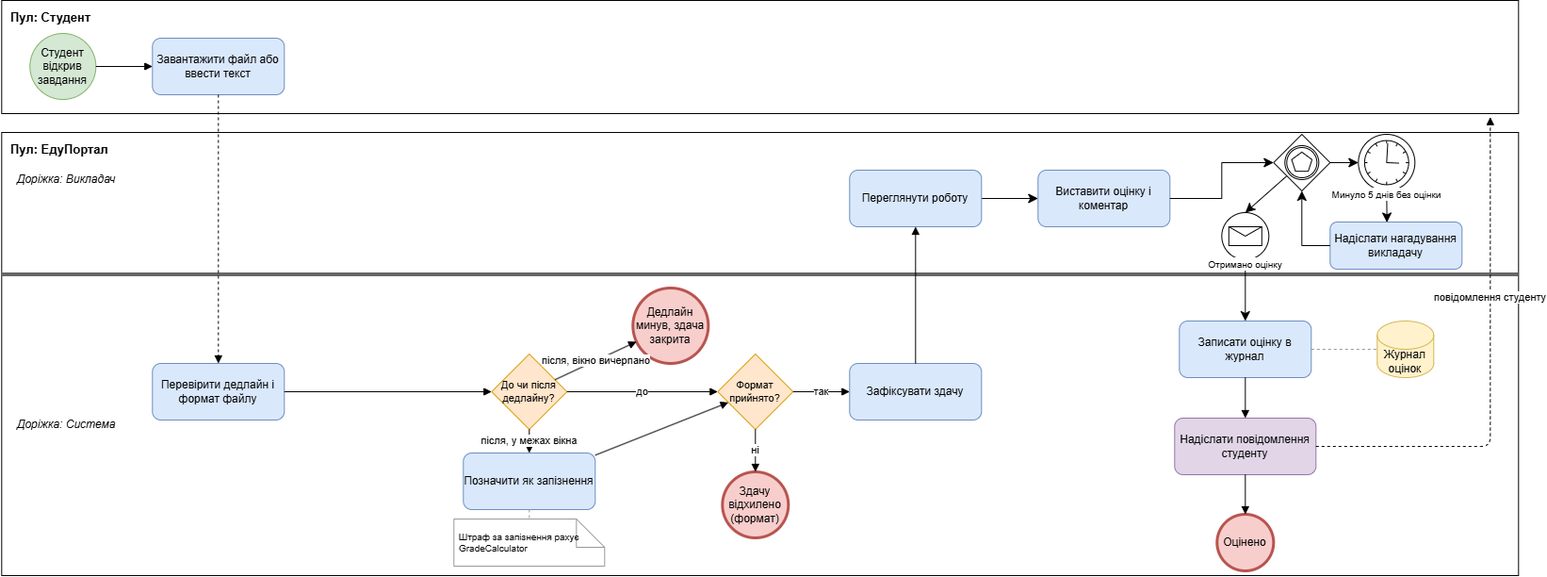
Above: docs/sprint1/bpmn/02_assignment.png in GlitchBelyi/labsTZYPS (draw.io), before the change. Source tidied: cells renumbered, new cells last; positions are measured from the earlier drawing's top-left corner, leaving out a move shared by most shapes.
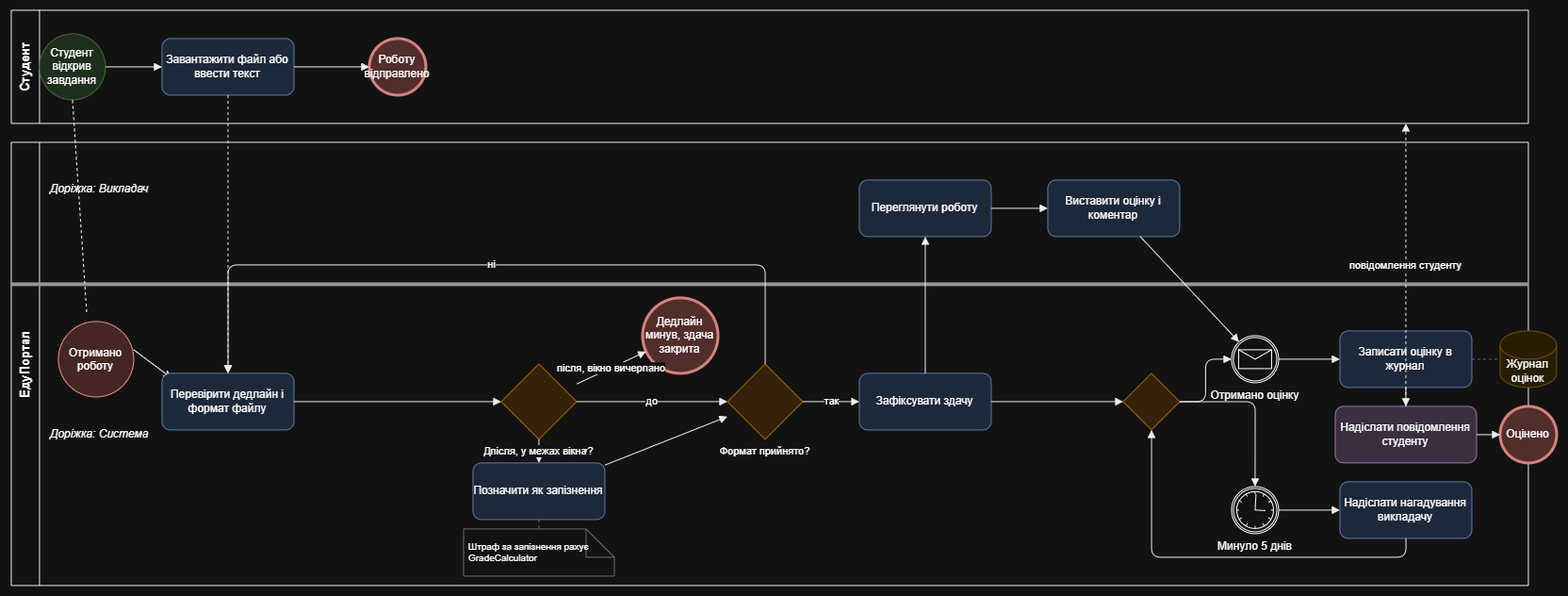
The same diagram one commit later.

What changed in the source:
```diff
@@ -2,65 +2,86 @@
   <root>
     <mxCell id="0" />
     <mxCell id="1" parent="0" />
-    <mxCell id="2" value="Пул: Студент" style="rounded=0;whiteSpace=wrap;html=1;fillColor=none;strokeColor=#000000;verticalAlign=top;align=left;fontStyle=1;fontSize=13;spacingLeft=8;spacingTop=4;" parent="1" vertex="1">
+    <mxCell id="2" value="Студент" style="swimlane;html=1;horizontal=0;whiteSpace=wrap;startSize=30;fillColor=none;strokeColor=#000000;fontStyle=1;fontSize=13;" parent="1" vertex="1">
       <mxGeometry width="1610" height="120" as="geometry" />
     </mxCell>
-    <mxCell id="3" value="Пул: ЕдуПортал" style="rounded=0;whiteSpace=wrap;html=1;fillColor=none;strokeColor=#000000;verticalAlign=top;align=left;fontStyle=1;fontSize=13;spacingLeft=8;spacingTop=4;" parent="1" vertex="1">
+    <mxCell id="3" value="ЕдуПортал" style="swimlane;html=1;horizontal=0;whiteSpace=wrap;startSize=30;fillColor=none;strokeColor=#000000;fontStyle=1;fontSize=13;" parent="1" vertex="1">
       <mxGeometry y="140" width="1610" height="470" as="geometry" />
     </mxCell>
+    <mxCell id="50" value="Отримано роботу" style="ellipse;whiteSpace=wrap;html=1;shapeInside=1;fillColor=#fad9d5;strokeColor=#ae4132;" parent="3" vertex="1">
+      <mxGeometry x="50" y="190" width="80" height="80" as="geometry" />
+    </mxCell>
+    <mxCell id="51" style="endArrow=classic;html=1;rounded=0;" parent="3" edge="1">
+      <mxGeometry relative="1" as="geometry">
+        <mxPoint x="130" y="220" as="sourcePoint" />
+        <mxPoint x="170" y="250" as="targetPoint" />
+      </mxGeometry>
+    </mxCell>
     <mxCell id="4" style="line;strokeColor=#666666;html=1;" parent="1" vertex="1">
       <mxGeometry y="290" width="1610" height="2" as="geometry" />
     </mxCell>
     <mxCell id="5" value="Доріжка: Викладач" style="text;html=1;align=left;verticalAlign=middle;fontStyle=2;fontSize=12;" parent="1" vertex="1">
-      <mxGeometry x="15" y="180" width="220" height="20" as="geometry" />
+      <mxGeometry x="40" y="180" width="220" height="20" as="geometry" />
     </mxCell>
     <mxCell id="6" value="Доріжка: Система" style="text;html=1;align=left;verticalAlign=middle;fontStyle=2;fontSize=12;" parent="1" vertex="1">
-      <mxGeometry x="15" y="440" width="220" height="20" as="geometry" />
+      <mxGeometry x="40" y="440" width="220" height="20" as="geometry" />
     </mxCell>
     <mxCell id="7" value="Студент відкрив завдання" style="ellipse;whiteSpace=wrap;html=1;fillColor=#d5e8d4;strokeColor=#82b366;" parent="1" vertex="1">
-      <mxGeometry x="30" y="35" width="70" height="70" as="geometry" />
+      <mxGeometry x="30" y="25" width="70" height="70" as="geometry" />
     </mxCell>
     <mxCell id="8" value="Завантажити файл або ввести текст" style="rounded=1;whiteSpace=wrap;html=1;fillColor=#dae8fc;strokeColor=#6c8ebf;" parent="1" vertex="1">
-      <mxGeometry x="160" y="40" width="140" height="60" as="geometry" />
+      <mxGeometry x="160" y="30" width="140" height="60" as="geometry" />
     </mxCell>
+    <mxCell id="52" value="Роботу відправлено" style="ellipse;whiteSpace=wrap;html=1;fillColor=#f8cecc;strokeColor=#b85450;strokeWidth=3;" parent="1" vertex="1">
+      <mxGeometry x="380" y="30" width="60" height="60" as="geometry" />
+    </mxCell>
     <mxCell id="9" value="Перевірити дедлайн і формат файлу" style="rounded=1;whiteSpace=wrap;html=1;fillColor=#dae8fc;strokeColor=#6c8ebf;" parent="1" vertex="1">
       <mxGeometry x="160" y="385" width="140" height="60" as="geometry" />
     </mxCell>
-    <mxCell id="10" value="До чи після дедлайну?" style="rhombus;whiteSpace=wrap;html=1;fillColor=#ffe6cc;strokeColor=#d79b00;fontSize=11;" parent="1" vertex="1">
+    <mxCell id="10" value="До чи після дедлайну?" style="shape=mxgraph.bpmn.gateway2;html=1;outlineConnect=0;bpmnGatewayType=exclusive;fillColor=#ffe6cc;strokeColor=#d79b00;fontSize=11;verticalLabelPosition=bottom;verticalAlign=top;align=center;" parent="1" vertex="1">
       <mxGeometry x="520" y="375" width="80" height="80" as="geometry" />
     </mxCell>
     <mxCell id="11" value="Позначити як запізнення" style="rounded=1;whiteSpace=wrap;html=1;fillColor=#dae8fc;strokeColor=#6c8ebf;" parent="1" vertex="1">
       <mxGeometry x="490" y="480" width="140" height="60" as="geometry" />
     </mxCell>
-    <mxCell id="12" value="Формат прийнято?" style="rhombus;whiteSpace=wrap;html=1;fillColor=#ffe6cc;strokeColor=#d79b00;fontSize=11;" parent="1" vertex="1">
+    <mxCell id="12" value="Формат прийнято?" style="shape=mxgraph.bpmn.gateway2;html=1;outlineConnect=0;bpmnGatewayType=exclusive;fillColor=#ffe6cc;strokeColor=#d79b00;fontSize=11;verticalLabelPosition=bottom;verticalAlign=top;align=center;" parent="1" vertex="1">
       <mxGeometry x="760" y="375" width="80" height="80" as="geometry" />
     </mxCell>
-    <mxCell id="13" value="Здачу відхилено (формат)" style="ellipse;whiteSpace=wrap;html=1;fillColor=#f8cecc;strokeColor=#b85450;strokeWidth=3;" parent="1" vertex="1">
-      <mxGeometry x="765" y="500" width="70" height="70" as="geometry" />
-    </mxCell>
     <mxCell id="14" value="Дедлайн минув, здача закрита" style="ellipse;whiteSpace=wrap;html=1;fillColor=#f8cecc;strokeColor=#b85450;strokeWidth=3;" parent="1" vertex="1">
       <mxGeometry x="670" y="305" width="80" height="80" as="geometry" />
     </mxCell>
     <mxCell id="15" value="Зафіксувати здачу" style="rounded=1;whiteSpace=wrap;html=1;fillColor=#dae8fc;strokeColor=#6c8ebf;" parent="1" vertex="1">
       <mxGeometry x="900" y="385" width="140" height="60" as="geometry" />
     </mxCell>
-    <mxCell id="16" style="edgeStyle=none;curved=1;rounded=0;jettySize=auto;html=1;entryX=0;entryY=0.5;entryDx=0;entryDy=0;fontSize=12;startSize=8;endSize=8;" parent="1" edge="1" source="17" target="39">
-      <mxGeometry relative="1" as="geometry" />
-    </mxCell>
     <mxCell id="17" value="Переглянути роботу" style="rounded=1;whiteSpace=wrap;html=1;fillColor=#dae8fc;strokeColor=#6c8ebf;" parent="1" vertex="1">
       <mxGeometry x="900" y="180" width="140" height="60" as="geometry" />
     </mxCell>
+    <mxCell id="39" value="Виставити оцінку і коментар" style="rounded=1;whiteSpace=wrap;html=1;fillColor=#dae8fc;strokeColor=#6c8ebf;" parent="1" vertex="1">
+      <mxGeometry x="1100" y="180" width="140" height="60" as="geometry" />
+    </mxCell>
+    <mxCell id="42" style="shape=mxgraph.bpmn.gateway2;html=1;outlineConnect=0;bpmnGatewayType=eventBased;fillColor=#ffe6cc;strokeColor=#d79b00;" parent="1" vertex="1">
+      <mxGeometry x="1180" y="385" width="60" height="60" as="geometry" />
+    </mxCell>
+    <mxCell id="45" value="Отримано оцінку" style="shape=mxgraph.bpmn.event;html=1;verticalLabelPosition=bottom;labelBackgroundColor=#ffffff;verticalAlign=top;align=center;perimeter=ellipsePerimeter;outlineConnect=0;outline=catching;symbol=message;" parent="1" vertex="1">
+      <mxGeometry x="1295" y="345" width="50" height="50" as="geometry" />
+    </mxCell>
+    <mxCell id="47" value="Минуло 5 днів" style="shape=mxgraph.bpmn.event;html=1;verticalLabelPosition=bottom;labelBackgroundColor=#ffffff;verticalAlign=top;align=center;perimeter=ellipsePerimeter;outlineConnect=0;outline=catching;symbol=timer;labelPosition=center;spacingTop=0;" parent="1" vertex="1">
+      <mxGeometry x="1295" y="505" width="50" height="50" as="geometry" />
+    </mxCell>
+    <mxCell id="48" value="Надіслати нагадування викладачу" style="rounded=1;whiteSpace=wrap;html=1;fillColor=#dae8fc;strokeColor=#6c8ebf;" parent="1" vertex="1">
+      <mxGeometry x="1410" y="500" width="140" height="60" as="geometry" />
+    </mxCell>
     <mxCell id="18" value="Записати оцінку в журнал" style="rounded=1;whiteSpace=wrap;html=1;fillColor=#dae8fc;strokeColor=#6c8ebf;" parent="1" vertex="1">
-      <mxGeometry x="1250" y="340" width="140" height="60" as="geometry" />
+      <mxGeometry x="1410" y="340" width="140" height="60" as="geometry" />
     </mxCell>
     <mxCell id="19" value="Журнал оцінок" style="shape=cylinder3;whiteSpace=wrap;html=1;fillColor=#fff2cc;strokeColor=#d6b656;boundedLbl=1;" parent="1" vertex="1">
-      <mxGeometry x="1460" y="340" width="60" height="60" as="geometry" />
+      <mxGeometry x="1580" y="340" width="60" height="60" as="geometry" />
     </mxCell>
     <mxCell id="20" value="Надіслати повідомлення студенту" style="rounded=1;whiteSpace=wrap;html=1;fillColor=#e1d5e7;strokeColor=#9673a6;" parent="1" vertex="1">
-      <mxGeometry x="1245" y="443" width="150" height="60" as="geometry" />
+      <mxGeometry x="1405" y="420" width="150" height="60" as="geometry" />
     </mxCell>
     <mxCell id="21" value="Оцінено" style="ellipse;whiteSpace=wrap;html=1;fillColor=#f8cecc;strokeColor=#b85450;strokeWidth=3;" parent="1" vertex="1">
-      <mxGeometry x="1290" y="545" width="60" height="60" as="geometry" />
+      <mxGeometry x="1580" y="420" width="60" height="60" as="geometry" />
     </mxCell>
     <mxCell id="22" value="Штраф за запізнення рахує GradeCalculator" style="shape=note;whiteSpace=wrap;html=1;fillColor=#ffffff;strokeColor=#999999;fontSize=10;align=left;spacingLeft=4;" parent="1" vertex="1">
       <mxGeometry x="480" y="550" width="160" height="50" as="geometry" />
@@ -68,6 +89,9 @@
     <mxCell id="23" style="endArrow=block;html=1;strokeColor=#000000;" parent="1" edge="1" source="7" target="8">
       <mxGeometry relative="1" as="geometry" />
     </mxCell>
+    <mxCell id="53" style="endArrow=block;html=1;strokeColor=#000000;" parent="1" edge="1" source="8" target="52">
+      <mxGeometry relative="1" as="geometry" />
+    </mxCell>
     <mxCell id="24" style="endArrow=block;dashed=1;html=1;strokeColor=#000000;" parent="1" edge="1" source="8" target="9">
       <mxGeometry relative="1" as="geometry" />
     </mxCell>
@@ -86,70 +110,72 @@
     <mxCell id="29" style="endArrow=block;html=1;strokeColor=#000000;" parent="1" edge="1" source="11" target="12">
       <mxGeometry relative="1" as="geometry" />
     </mxCell>
-    <mxCell id="30" value="ні" style="endArrow=block;html=1;strokeColor=#000000;" parent="1" edge="1" source="12" target="13">
-      <mxGeometry relative="1" as="geometry" />
+    <mxCell id="30" value="ні" style="endArrow=block;html=1;strokeColor=#000000;edgeStyle=orthogonalEdgeStyle;" parent="1" edge="1" source="12" target="9">
+      <mxGeometry relative="1" as="geometry">
+        <Array as="points">
+          <mxPoint x="800" y="270" />
+          <mxPoint x="230" y="270" />
+        </Array>
+      </mxGeometry>
     </mxCell>
     <mxCell id="31" value="так" style="endArrow=block;html=1;strokeColor=#000000;" parent="1" edge="1" source="12" target="15">
       <mxGeometry relative="1" as="geometry" />
     </mxCell>
-    <mxCell id="32" style="endArrow=block;html=1;strokeColor=#000000;" parent="1" edge="1" source="15" target="17">
+    <mxCell id="32" style="endArrow=block;html=1;strokeColor=#000000;" parent="1" edge="1" source="15" target="42">
       <mxGeometry relative="1" as="geometry" />
     </mxCell>
+    <mxCell id="54" style="endArrow=block;html=1;strokeColor=#000000;" parent="1" edge="1" source="15" target="17">
+      <mxGeometry relative="1" as="geometry" />
+    </mxCell>
+    <mxCell id="16" style="endArrow=block;html=1;strokeColor=#000000;" parent="1" edge="1" source="17" target="39">
+      <mxGeometry relative="1" as="geometry" />
+    </mxCell>
+    <mxCell id="40" style="endArrow=block;html=1;strokeColor=#000000;edgeStyle=orthogonalEdgeStyle;" parent="1" edge="1" source="42" target="45">
+      <mxGeometry relative="1" as="geometry" />
+    </mxCell>
+    <mxCell id="41" style="endArrow=block;html=1;strokeColor=#000000;edgeStyle=orthogonalEdgeStyle;" parent="1" edge="1" source="42" target="47">
+      <mxGeometry relative="1" as="geometry" />
+    </mxCell>
+    <mxCell id="46" style="endArrow=block;html=1;strokeColor=#000000;" parent="1" edge="1" source="47" target="48">
+      <mxGeometry relative="1" as="geometry" />
+    </mxCell>
+    <mxCell id="49" style="endArrow=block;html=1;strokeColor=#000000;edgeStyle=orthogonalEdgeStyle;" parent="1" edge="1" source="48" target="42">
+      <mxGeometry relative="1" as="geometry">
+        <Array as="points">
+          <mxPoint x="1480" y="580" />
+          <mxPoint x="1210" y="580" />
+        </Array>
+      </mxGeometry>
+    </mxCell>
+    <mxCell id="55" style="endArrow=block;html=1;strokeColor=#000000;" parent="1" edge="1" source="39" target="45">
+      <mxGeometry relative="1" as="geometry" />
+    </mxCell>
     <mxCell id="33" style="endArrow=none;dashed=1;html=1;strokeColor=#999999;" parent="1" edge="1" source="18" target="19">
       <mxGeometry relative="1" as="geometry" />
     </mxCell>
+    <mxCell id="44" style="endArrow=block;html=1;strokeColor=#000000;" parent="1" edge="1" source="45" target="18">
+      <mxGeometry relative="1" as="geometry" />
+    </mxCell>
     <mxCell id="34" style="endArrow=block;html=1;strokeColor=#000000;" parent="1" edge="1" source="18" target="20">
       <mxGeometry relative="1" as="geometry" />
     </mxCell>
     <mxCell id="35" style="endArrow=block;html=1;strokeColor=#000000;" parent="1" edge="1" source="20" target="21">
       <mxGeometry relative="1" as="geometry" />
     </mxCell>
+    <mxCell id="38" value="повідомлення студенту" style="endArrow=block;dashed=1;html=1;strokeColor=#000000;edgeStyle=orthogonalEdgeStyle;" parent="1" edge="1" source="20" target="2">
+      <mxGeometry relative="1" as="geometry">
+        <Array as="points">
+          <mxPoint x="1480" y="120" />
+        </Array>
+      </mxGeometry>
+    </mxCell>
     <mxCell id="36" style="endArrow=none;dashed=1;html=1;strokeColor=#999999;" parent="1" edge="1" source="11" target="22">
       <mxGeometry relative="1" as="geometry" />
     </mxCell>
-    <mxCell id="37" style="ellipse;html=1;fillColor=none;strokeColor=none;" parent="1" vertex="1">
-      <mxGeometry x="1280" y="90" width="10" height="10" as="geometry" />
-    </mxCell>
-    <mxCell id="38" value="повідомлення студенту" style="endArrow=block;dashed=1;html=1;strokeColor=#000000;exitX=1;exitY=0.5;exitDx=0;exitDy=0;" parent="1" edge="1" source="20">
-      <mxGeometry x="0.29" relative="1" as="geometry">
-        <mxPoint x="1580" y="123.7" as="targetPoint" />
-        <Array as="points">
-          <mxPoint x="1580" y="473" />
-        </Array>
-      </mxGeometry>
-    </mxCell>
-    <mxCell id="39" value="Виставити оцінку і коментар" style="rounded=1;whiteSpace=wrap;html=1;fillColor=#dae8fc;strokeColor=#6c8ebf;" parent="1" vertex="1">
-      <mxGeometry x="1100" y="180" width="140" height="60" as="geometry" />
-    </mxCell>
-    <mxCell id="40" style="edgeStyle=none;curved=1;rounded=0;jettySize=auto;html=1;entryX=0.5;entryY=0;entryDx=0;entryDy=0;fontSize=12;startSize=8;endSize=8;entryPerimeter=0;" parent="1" edge="1" source="42" target="45">
-      <mxGeometry relative="1" as="geometry" />
-    </mxCell>
-    <mxCell id="41" style="edgeStyle=none;curved=1;rounded=0;jettySize=auto;html=1;entryX=0;entryY=0.5;entryDx=0;entryDy=0;fontSize=12;startSize=8;endSize=8;entryPerimeter=0;" parent="1" edge="1" source="42" target="47">
-      <mxGeometry relative="1" as="geometry" />
-    </mxCell>
-    <mxCell id="42" style="points=[[0.25,0.25,0],[0.5,0,0],[0.75,0.25,0],[1,0.5,0],[0.75,0.75,0],[0.5,1,0],[0.25,0.75,0],[0,0.5,0]];shape=mxgraph.bpmn.gateway2;html=1;verticalLabelPosition=bottom;labelBackgroundColor=#ffffff;verticalAlign=top;align=center;perimeter=rhombusPerimeter;outlineConnect=0;outline=catching;symbol=multiple;" parent="1" vertex="1">
-      <mxGeometry x="1350" y="142" width="60" height="60" as="geometry" />
-    </mxCell>
-    <mxCell id="43" style="edgeStyle=orthogonalEdgeStyle;rounded=0;jettySize=auto;html=1;entryX=0;entryY=0.5;entryDx=0;entryDy=0;entryPerimeter=0;fontSize=12;startSize=8;endSize=8;exitX=1;exitY=0.5;exitDx=0;exitDy=0;" parent="1" edge="1" source="39" target="42">
-      <mxGeometry relative="1" as="geometry" />
-    </mxCell>
-    <mxCell id="44" style="edgeStyle=none;curved=1;rounded=0;jettySize=auto;html=1;entryX=0.5;entryY=0;entryDx=0;entryDy=0;fontSize=12;startSize=8;endSize=8;" parent="1" edge="1" source="45" target="18">
-      <mxGeometry relative="1" as="geometry" />
-    </mxCell>
-    <mxCell id="45" value="&lt;font style=&quot;font-size: 10px;&quot;&gt;Отримано оцінку&lt;/font&gt;" style="points=[[0.145,0.145,0],[0.5,0,0],[0.855,0.145,0],[1,0.5,0],[0.855,0.855,0],[0.5,1,0],[0.145,0.855,0],[0,0.5,0]];shape=mxgraph.bpmn.event;html=1;verticalLabelPosition=bottom;labelBackgroundColor=#ffffff;verticalAlign=top;align=center;perimeter=ellipsePerimeter;outlineConnect=0;outline=standard;symbol=message;spacing=-7;" parent="1" vertex="1">
-      <mxGeometry x="1295" y="225" width="50" height="50" as="geometry" />
-    </mxCell>
-    <mxCell id="46" style="edgeStyle=none;curved=1;rounded=0;jettySize=auto;html=1;entryX=0.431;entryY=0.009;entryDx=0;entryDy=0;fontSize=12;startSize=8;endSize=8;entryPerimeter=0;" parent="1" edge="1" source="47" target="48">
-      <mxGeometry relative="1" as="geometry" />
-    </mxCell>
-    <mxCell id="47" value="&lt;font style=&quot;font-size: 10px;&quot;&gt;Минуло 5 днів без оцінки&lt;/font&gt;" style="points=[[0.145,0.145,0],[0.5,0,0],[0.855,0.145,0],[1,0.5,0],[0.855,0.855,0],[0.5,1,0],[0.145,0.855,0],[0,0.5,0]];shape=mxgraph.bpmn.event;html=1;verticalLabelPosition=bottom;labelBackgroundColor=#ffffff;verticalAlign=top;align=center;perimeter=ellipsePerimeter;outlineConnect=0;outline=standard;symbol=timer;labelPosition=center;spacingTop=0;spacing=-8;spacingBottom=5;" parent="1" vertex="1">
-      <mxGeometry x="1440" y="142" width="60" height="60" as="geometry" />
-    </mxCell>
-    <mxCell id="48" value="Надіслати нагадування викладачу" style="rounded=1;whiteSpace=wrap;html=1;fillColor=#dae8fc;strokeColor=#6c8ebf;" parent="1" vertex="1">
-      <mxGeometry x="1410" y="235" width="140" height="50" as="geometry" />
-    </mxCell>
-    <mxCell id="49" style="edgeStyle=orthogonalEdgeStyle;rounded=0;jettySize=auto;html=1;entryX=0.5;entryY=1;entryDx=0;entryDy=0;entryPerimeter=0;fontSize=12;startSize=8;endSize=8;exitX=0;exitY=0.5;exitDx=0;exitDy=0;" parent="1" edge="1" source="48" target="42">
-      <mxGeometry relative="1" as="geometry" />
-    </mxCell>
+    <mxCell id="56" style="endArrow=none;dashed=1;html=1;rounded=0;entryX=0.5;entryY=1;entryDx=0;entryDy=0;" parent="1" edge="1" target="7">
+      <mxGeometry relative="1" as="geometry">
+        <mxPoint x="80" y="320" as="sourcePoint" />
+      </mxGeometry>
+    </mxCell>
   </root>
 </mxGraphModel>
```
